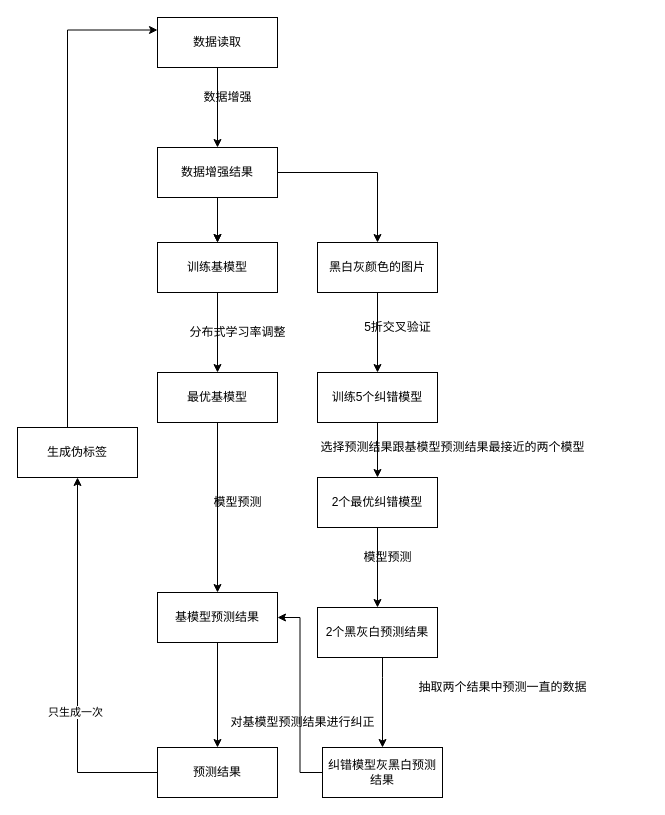
This is 未命名绘图.drawio from jiangyuanyuan1/invention, a draw.io file, before an edit. Source tidied: cells renumbered, new cells numbered last; positions are measured from the earlier drawing's top-left corner, leaving out a move shared by most shapes. Both pictures are drawn from the tidied source at 100%, with x=0, y=0 at pixel (17, 17).
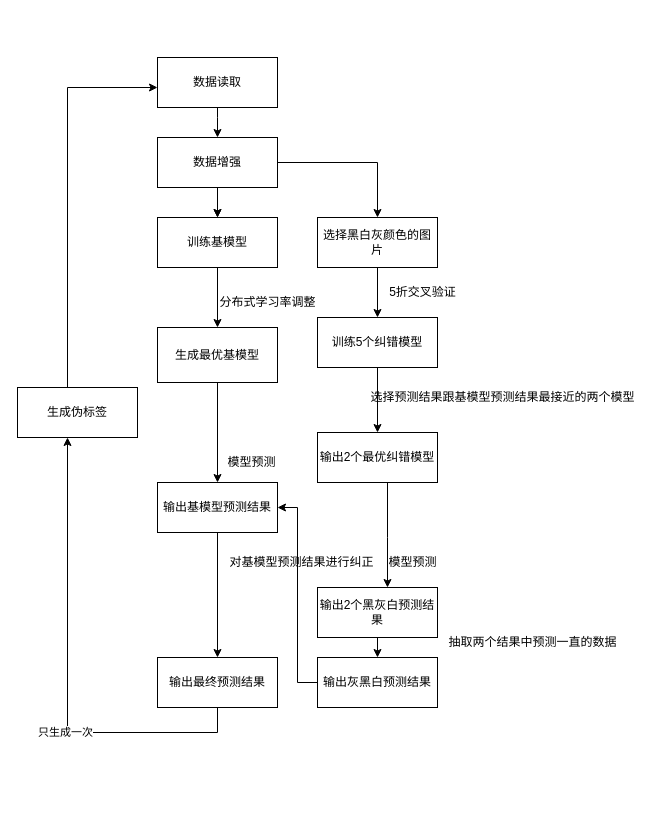
Above is the later version.

Diff of the diagram source:
```diff
@@
     <mxCell id="2" style="edgeStyle=orthogonalEdgeStyle;rounded=0;jettySize=auto;html=1;" parent="1" edge="1" source="3" target="7">
-      <mxGeometry relative="1" as="geometry" />
+      <mxGeometry relative="1" as="geometry">
+        <Array as="points">
+          <mxPoint x="200" y="100" />
+          <mxPoint x="200" y="100" />
+        </Array>
+      </mxGeometry>
     </mxCell>
     <mxCell id="3" value="数据读取" style="rounded=0;whiteSpace=wrap;html=1;" parent="1" vertex="1">
-      <mxGeometry x="140" width="120" height="50" as="geometry" />
+      <mxGeometry x="140" y="40" width="120" height="50" as="geometry" />
     </mxCell>
@@
-    <mxCell id="7" value="数据增强结果" style="rounded=0;whiteSpace=wrap;html=1;" parent="1" vertex="1">
-      <mxGeometry x="140" y="130" width="120" height="50" as="geometry" />
+    <mxCell id="7" value="数据增强" style="rounded=0;whiteSpace=wrap;html=1;" parent="1" vertex="1">
+      <mxGeometry x="140" y="120" width="120" height="50" as="geometry" />
     </mxCell>
@@
     <mxCell id="9" value="训练基模型" style="rounded=0;whiteSpace=wrap;html=1;" parent="1" vertex="1">
-      <mxGeometry x="140" y="225" width="120" height="50" as="geometry" />
+      <mxGeometry x="140" y="200" width="120" height="50" as="geometry" />
     </mxCell>
@@
-    <mxCell id="11" value="最优基模型" style="rounded=0;whiteSpace=wrap;html=1;" parent="1" vertex="1">
-      <mxGeometry x="140" y="355" width="120" height="50" as="geometry" />
+    <mxCell id="11" value="生成最优基模型" style="rounded=0;whiteSpace=wrap;html=1;" parent="1" vertex="1">
+      <mxGeometry x="140" y="310" width="120" height="55" as="geometry" />
     </mxCell>
     <mxCell id="12" value="分布式学习率调整" style="text;html=1;align=center;verticalAlign=middle;strokeColor=none;fillColor=none;" parent="1" vertex="1">
-      <mxGeometry x="160" y="300" width="120" height="30" as="geometry" />
+      <mxGeometry x="190" y="270" width="120" height="30" as="geometry" />
     </mxCell>
@@
-    <mxCell id="14" value="黑白灰颜色的图片" style="rounded=0;whiteSpace=wrap;html=1;" parent="1" vertex="1">
-      <mxGeometry x="300" y="225" width="120" height="50" as="geometry" />
+    <mxCell id="14" value="选择黑白灰颜色的图片" style="rounded=0;whiteSpace=wrap;html=1;" parent="1" vertex="1">
+      <mxGeometry x="300" y="200" width="120" height="50" as="geometry" />
     </mxCell>
@@
     <mxCell id="16" value="训练5个纠错模型" style="rounded=0;whiteSpace=wrap;html=1;" parent="1" vertex="1">
-      <mxGeometry x="300" y="355" width="120" height="50" as="geometry" />
+      <mxGeometry x="300" y="300" width="120" height="50" as="geometry" />
     </mxCell>
     <mxCell id="17" value="5折交叉验证" style="text;html=1;align=center;verticalAlign=middle;strokeColor=none;fillColor=none;" parent="1" vertex="1">
-      <mxGeometry x="335" y="295" width="90" height="30" as="geometry" />
+      <mxGeometry x="360" y="260" width="90" height="30" as="geometry" />
     </mxCell>
     <mxCell id="18" style="edgeStyle=orthogonalEdgeStyle;rounded=0;jettySize=auto;html=1;" parent="1" edge="1" source="19" target="24">
-      <mxGeometry relative="1" as="geometry" />
+      <mxGeometry relative="1" as="geometry">
+        <Array as="points">
+          <mxPoint x="370" y="520" />
+          <mxPoint x="370" y="520" />
+        </Array>
+      </mxGeometry>
     </mxCell>
-    <mxCell id="19" value="2个最优纠错模型" style="rounded=0;whiteSpace=wrap;html=1;" parent="1" vertex="1">
-      <mxGeometry x="300" y="460" width="120" height="50" as="geometry" />
+    <mxCell id="19" value="输出2个最优纠错模型" style="rounded=0;whiteSpace=wrap;html=1;" parent="1" vertex="1">
+      <mxGeometry x="300" y="415" width="120" height="50" as="geometry" />
     </mxCell>
     <mxCell id="20" value="选择预测结果跟基模型预测结果最接近的两个模型" style="text;html=1;align=center;verticalAlign=middle;strokeColor=none;fillColor=none;" parent="1" vertex="1">
-      <mxGeometry x="290" y="415" width="290" height="30" as="geometry" />
+      <mxGeometry x="340" y="365" width="290" height="30" as="geometry" />
     </mxCell>
@@
-    <mxCell id="22" value="基模型预测结果" style="rounded=0;whiteSpace=wrap;html=1;" parent="1" vertex="1">
-      <mxGeometry x="140" y="575" width="120" height="50" as="geometry" />
+    <mxCell id="22" value="输出基模型预测结果" style="rounded=0;whiteSpace=wrap;html=1;" parent="1" vertex="1">
+      <mxGeometry x="140" y="465" width="120" height="50" as="geometry" />
     </mxCell>
@@
-    <mxCell id="24" value="2个黑灰白预测结果" style="rounded=0;whiteSpace=wrap;html=1;" parent="1" vertex="1">
-      <mxGeometry x="300" y="590" width="120" height="50" as="geometry" />
+    <mxCell id="24" value="输出2个黑灰白预测结果" style="rounded=0;whiteSpace=wrap;html=1;" parent="1" vertex="1">
+      <mxGeometry x="300" y="570" width="120" height="50" as="geometry" />
     </mxCell>
@@
-    <mxCell id="26" value="纠错模型灰黑白预测结果" style="rounded=0;whiteSpace=wrap;html=1;" parent="1" vertex="1">
-      <mxGeometry x="305" y="730" width="120" height="50" as="geometry" />
+    <mxCell id="26" value="输出灰黑白预测结果" style="rounded=0;whiteSpace=wrap;html=1;" parent="1" vertex="1">
+      <mxGeometry x="300" y="640" width="120" height="50" as="geometry" />
     </mxCell>
     <mxCell id="27" value="模型预测" style="text;html=1;align=center;verticalAlign=middle;strokeColor=none;fillColor=none;" parent="1" vertex="1">
-      <mxGeometry x="335" y="525" width="70" height="30" as="geometry" />
+      <mxGeometry x="360" y="530" width="70" height="30" as="geometry" />
     </mxCell>
-    <mxCell id="28" value="数据增强" style="text;html=1;align=center;verticalAlign=middle;strokeColor=none;fillColor=none;" parent="1" vertex="1">
-      <mxGeometry x="175" y="65" width="70" height="30" as="geometry" />
-    </mxCell>
     <mxCell id="29" value="抽取两个结果中预测一直的数据" style="text;html=1;align=center;verticalAlign=middle;strokeColor=none;fillColor=none;" parent="1" vertex="1">
-      <mxGeometry x="390" y="655" width="190" height="30" as="geometry" />
+      <mxGeometry x="420" y="610" width="190" height="30" as="geometry" />
     </mxCell>
     <mxCell id="30" value="对基模型预测结果进行纠正" style="text;html=1;align=center;verticalAlign=middle;strokeColor=none;fillColor=none;" parent="1" vertex="1">
-      <mxGeometry x="200" y="690" width="170" height="30" as="geometry" />
+      <mxGeometry x="199" y="530" width="170" height="30" as="geometry" />
     </mxCell>
     <mxCell id="31" style="edgeStyle=orthogonalEdgeStyle;rounded=0;jettySize=auto;html=1;" parent="1" edge="1" source="33" target="35">
-      <mxGeometry relative="1" as="geometry" />
+      <mxGeometry relative="1" as="geometry">
+        <Array as="points">
+          <mxPoint x="50" y="715" />
+        </Array>
+      </mxGeometry>
     </mxCell>
@@
-    <mxCell id="33" value="预测结果" style="rounded=0;whiteSpace=wrap;html=1;" parent="1" vertex="1">
-      <mxGeometry x="140" y="730" width="120" height="50" as="geometry" />
+    <mxCell id="33" value="输出最终预测结果" style="rounded=0;whiteSpace=wrap;html=1;" parent="1" vertex="1">
+      <mxGeometry x="140" y="640" width="120" height="50" as="geometry" />
     </mxCell>
-    <mxCell id="34" style="edgeStyle=orthogonalEdgeStyle;rounded=0;jettySize=auto;html=1;entryX=0;entryY=0.25;entryDx=0;entryDy=0;" parent="1" edge="1" source="35" target="3">
+    <mxCell id="34" style="edgeStyle=orthogonalEdgeStyle;rounded=0;orthogonalLoop=1;jettySize=auto;html=1;entryX=0;entryY=0.25;entryDx=0;entryDy=0;" parent="1" edge="1">
       <mxGeometry relative="1" as="geometry">
+        <mxPoint x="50" y="387.5" as="sourcePoint" />
+        <mxPoint x="140" y="70" as="targetPoint" />
         <Array as="points">
-          <mxPoint x="50" y="13" />
+          <mxPoint x="50" y="70" />
         </Array>
       </mxGeometry>
     </mxCell>
     <mxCell id="35" value="生成伪标签" style="rounded=0;whiteSpace=wrap;html=1;" parent="1" vertex="1">
-      <mxGeometry y="410" width="120" height="50" as="geometry" />
+      <mxGeometry y="370" width="120" height="50" as="geometry" />
     </mxCell>
     <mxCell id="36" value="模型预测" style="text;html=1;align=center;verticalAlign=middle;strokeColor=none;fillColor=none;" parent="1" vertex="1">
-      <mxGeometry x="185" y="470" width="70" height="30" as="geometry" />
+      <mxGeometry x="199" y="430" width="70" height="30" as="geometry" />
     </mxCell>
```
